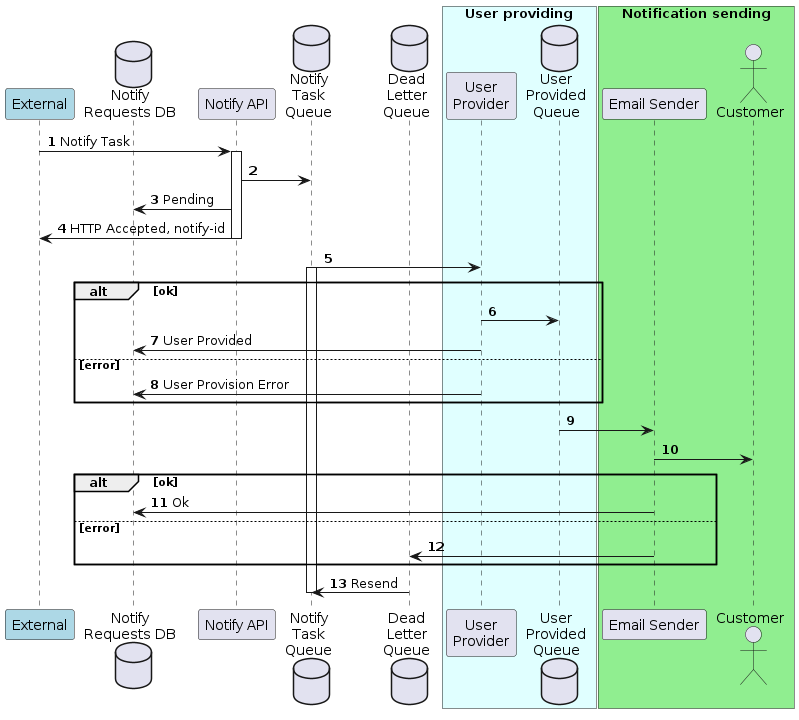
Before: diagrams/out/notify_pipeline.png, a diagram exported from PlantUML (likeinlife-Yandex-Practicum/notification).
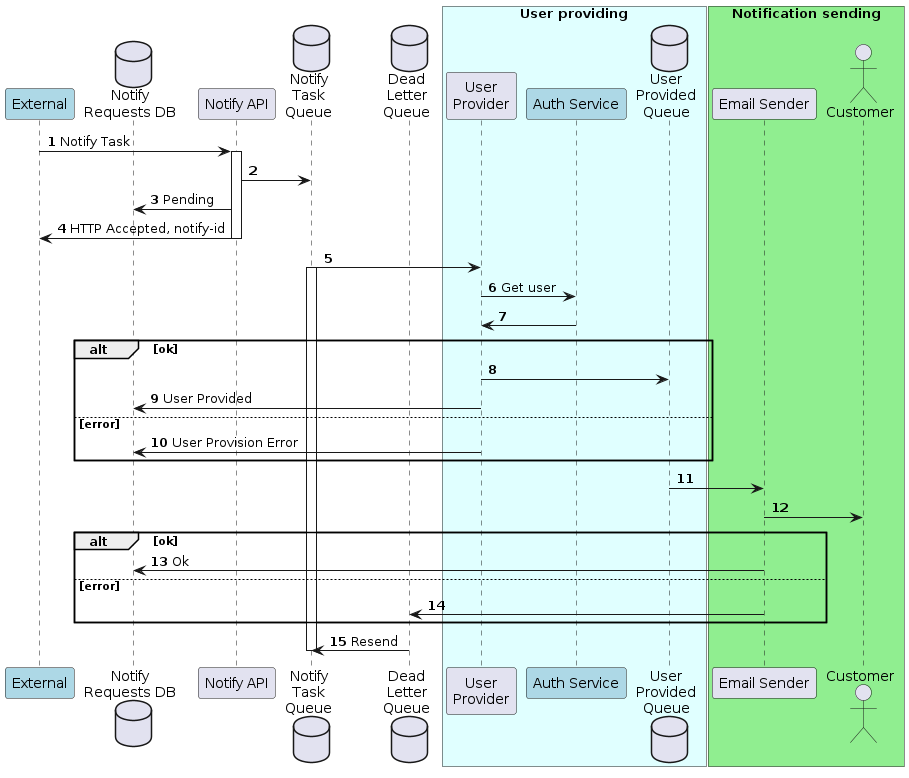
Later version of the same file.

What changed in the source:
```diff
@@ -12,6 +12,7 @@
 
 box "User providing" #LightCyan
     participant user_provider as "User\nProvider"
+    participant auth_service as "Auth Service" #LightBlue
     database user_provided_queue as "User\nProvided\nQueue"
 end box
 
@@ -29,6 +30,8 @@
 
 notify_task_queue -> user_provider
 activate notify_task_queue
+user_provider -> auth_service: Get user
+auth_service -> user_provider
 alt ok
     user_provider -> user_provided_queue
     user_provider -> notify_requests: User Provided
```
